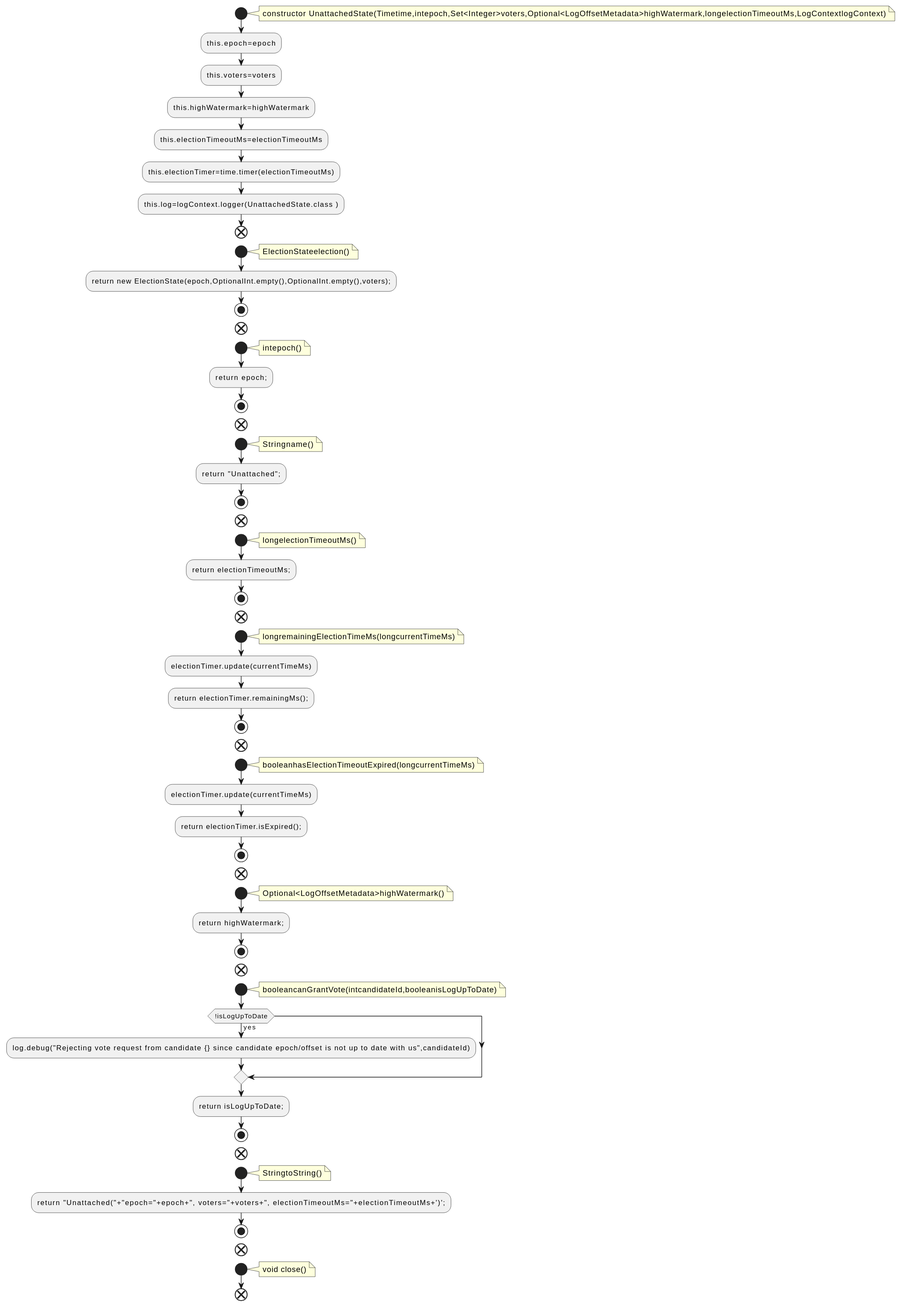
qualitesys/kafka keeps this PlantUML diagram as docs/qc/raft/src/main/java/org/apache/kafka/raft/UnattachedState.java.fct.svg. Above is the earlier version. Source of this version:
```plantuml
@startuml
!pragma layout smetana
start
note right
constructor UnattachedState(Timetime,intepoch,Set<Integer>voters,Optional<LogOffsetMetadata>highWatermark,longelectionTimeoutMs,LogContextlogContext)
end note
:this.epoch=epoch;
:this.voters=voters;
:this.highWatermark=highWatermark;
:this.electionTimeoutMs=electionTimeoutMs;
:this.electionTimer=time.timer(electionTimeoutMs);
:this.log=logContext.logger(UnattachedState.class );
end
start
note right
ElectionStateelection()
end note
:return new ElectionState(epoch,OptionalInt.empty(),OptionalInt.empty(),voters);;
stop
end
start
note right
intepoch()
end note
:return epoch;;
stop
end
start
note right
Stringname()
end note
:return "Unattached";;
stop
end
start
note right
longelectionTimeoutMs()
end note
:return electionTimeoutMs;;
stop
end
start
note right
longremainingElectionTimeMs(longcurrentTimeMs)
end note
:electionTimer.update(currentTimeMs);
:return electionTimer.remainingMs();;
stop
end
start
note right
booleanhasElectionTimeoutExpired(longcurrentTimeMs)
end note
:electionTimer.update(currentTimeMs);
:return electionTimer.isExpired();;
stop
end
start
note right
Optional<LogOffsetMetadata>highWatermark()
end note
:return highWatermark;;
stop
end
start
note right
booleancanGrantVote(intcandidateId,booleanisLogUpToDate)
end note
if (!isLogUpToDate) then (yes)
:log.debug("Rejecting vote request from candidate {} since candidate epoch/offset is not up to date with us",candidateId);
endif
:return isLogUpToDate;;
stop
end
start
note right
StringtoString()
end note
:return "Unattached("+"epoch="+epoch+", voters="+voters+", electionTimeoutMs="+electionTimeoutMs+')';;
stop
end
start
note right
void close()
end note
end
@enduml
```
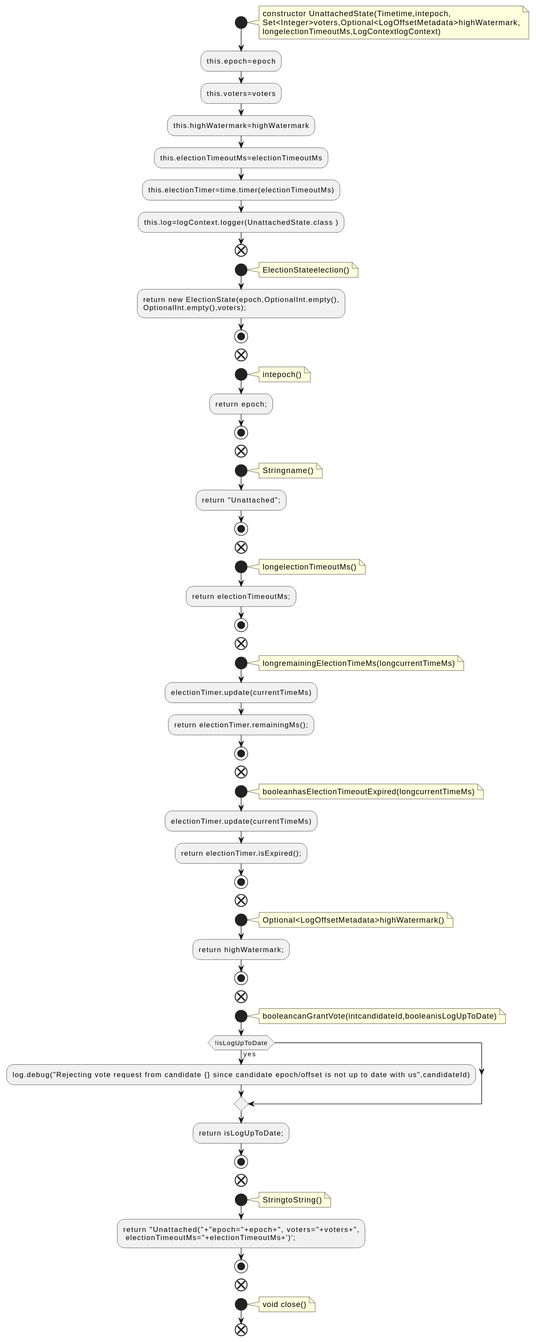
The same diagram one commit later.

Change to the diagram source:
```diff
@@ -2,7 +2,9 @@
 !pragma layout smetana
 start
 note right
-constructor UnattachedState(Timetime,intepoch,Set<Integer>voters,Optional<LogOffsetMetadata>highWatermark,longelectionTimeoutMs,LogContextlogContext)
+constructor UnattachedState(Timetime,intepoch,
+Set<Integer>voters,Optional<LogOffsetMetadata>highWatermark,
+longelectionTimeoutMs,LogContextlogContext)
 end note
 :this.epoch=epoch;
 :this.voters=voters;
@@ -15,7 +17,8 @@
 note right
 ElectionStateelection()
 end note
-:return new ElectionState(epoch,OptionalInt.empty(),OptionalInt.empty(),voters);;
+:return new ElectionState(epoch,OptionalInt.empty(),
+OptionalInt.empty(),voters);;
 stop
 end
 start
@@ -76,7 +79,8 @@
 note right
 StringtoString()
 end note
-:return "Unattached("+"epoch="+epoch+", voters="+voters+", electionTimeoutMs="+electionTimeoutMs+')';;
+:return "Unattached("+"epoch="+epoch+", voters="+voters+",
+ electionTimeoutMs="+electionTimeoutMs+')';;
 stop
 end
 start
```
